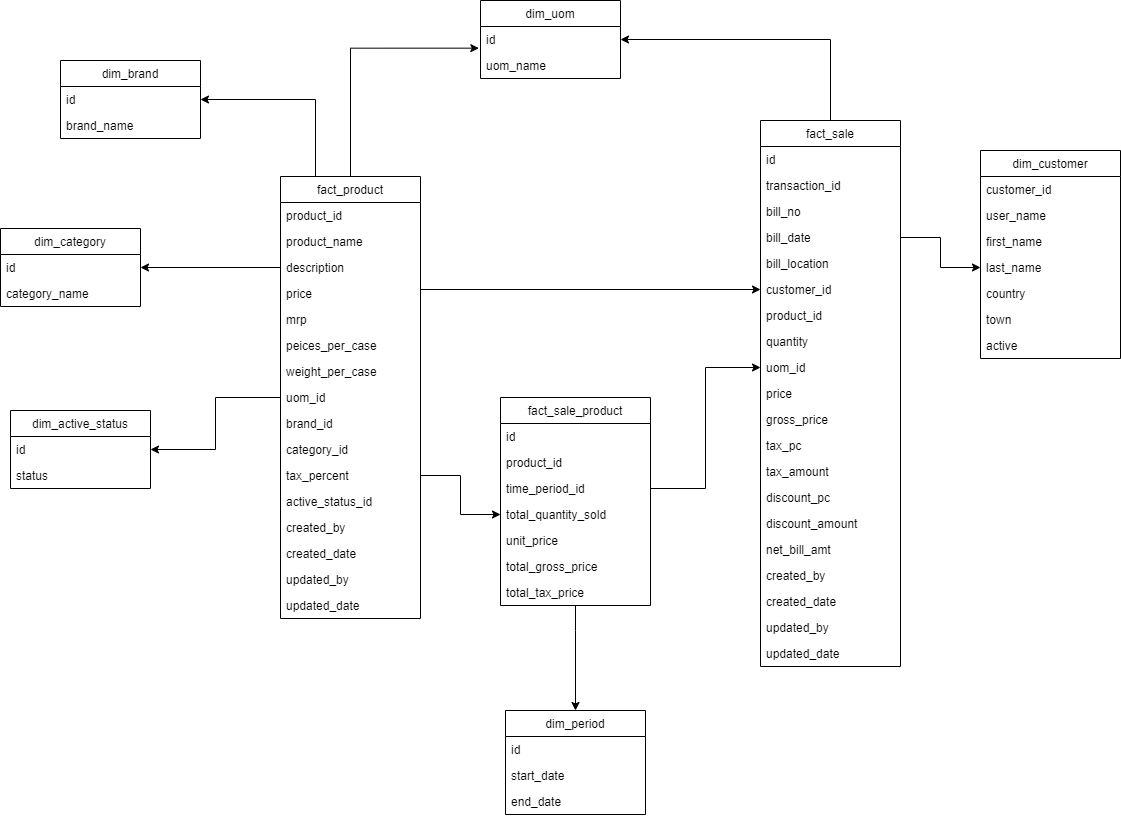
Above: weekend-assignment/docs/data-warehouse-design.drawio.png in nischalbadal/data-warehouse-assignments-leapfrog (draw.io), before the change. Source tidied: cells renumbered, new cells last; positions are measured from the earlier drawing's top-left corner, leaving out a move shared by most shapes.
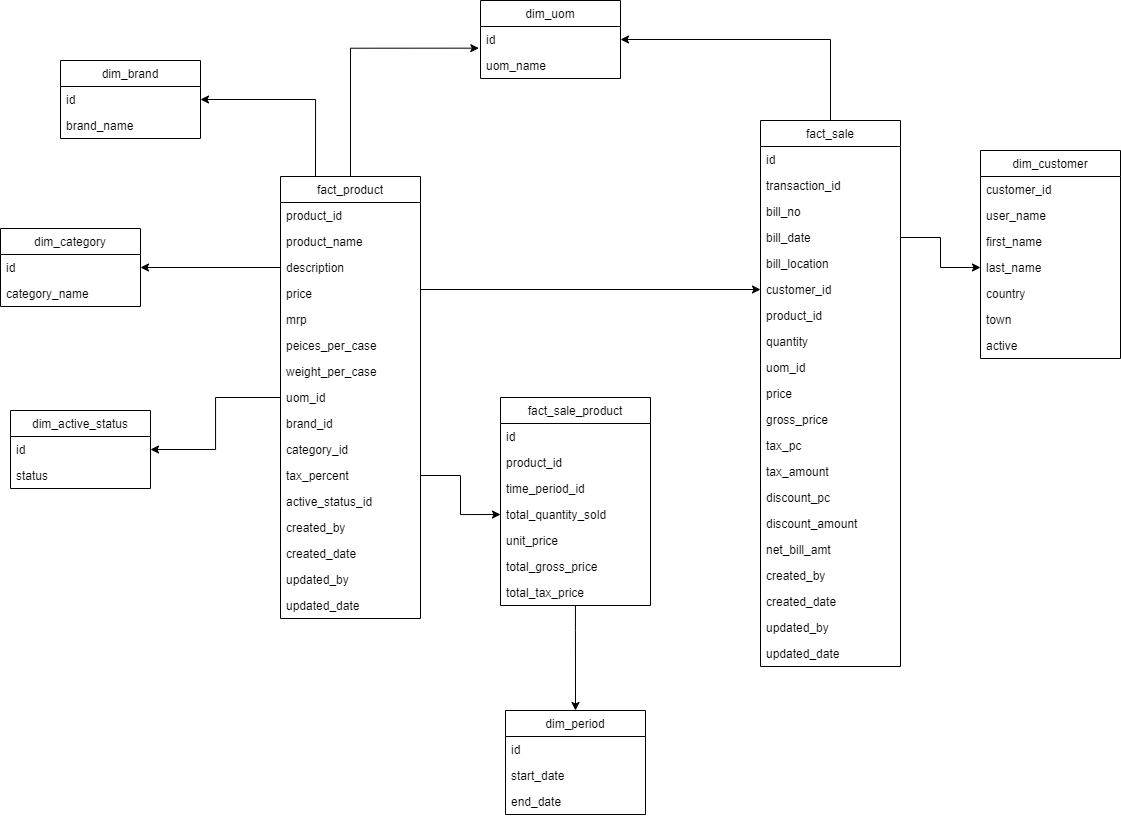
After the commit.

The edit, as a diff of the source:
```diff
@@ -239,9 +239,6 @@
     <mxCell id="78" value="end_date" style="text;strokeColor=none;fillColor=none;align=left;verticalAlign=top;spacingLeft=4;spacingRight=4;overflow=hidden;" parent="75" vertex="1">
       <mxGeometry y="78" width="140" height="26" as="geometry" />
     </mxCell>
-    <mxCell id="79" style="edgeStyle=orthogonalEdgeStyle;rounded=0;jettySize=auto;html=1;entryX=0;entryY=0.5;entryDx=0;entryDy=0;" parent="1" edge="1" source="70" target="43">
-      <mxGeometry relative="1" as="geometry" />
-    </mxCell>
     <mxCell id="80" style="edgeStyle=orthogonalEdgeStyle;rounded=0;jettySize=auto;html=1;entryX=0.5;entryY=0;entryDx=0;entryDy=0;" parent="1" edge="1" source="74" target="75">
       <mxGeometry relative="1" as="geometry">
         <Array as="points">
```
